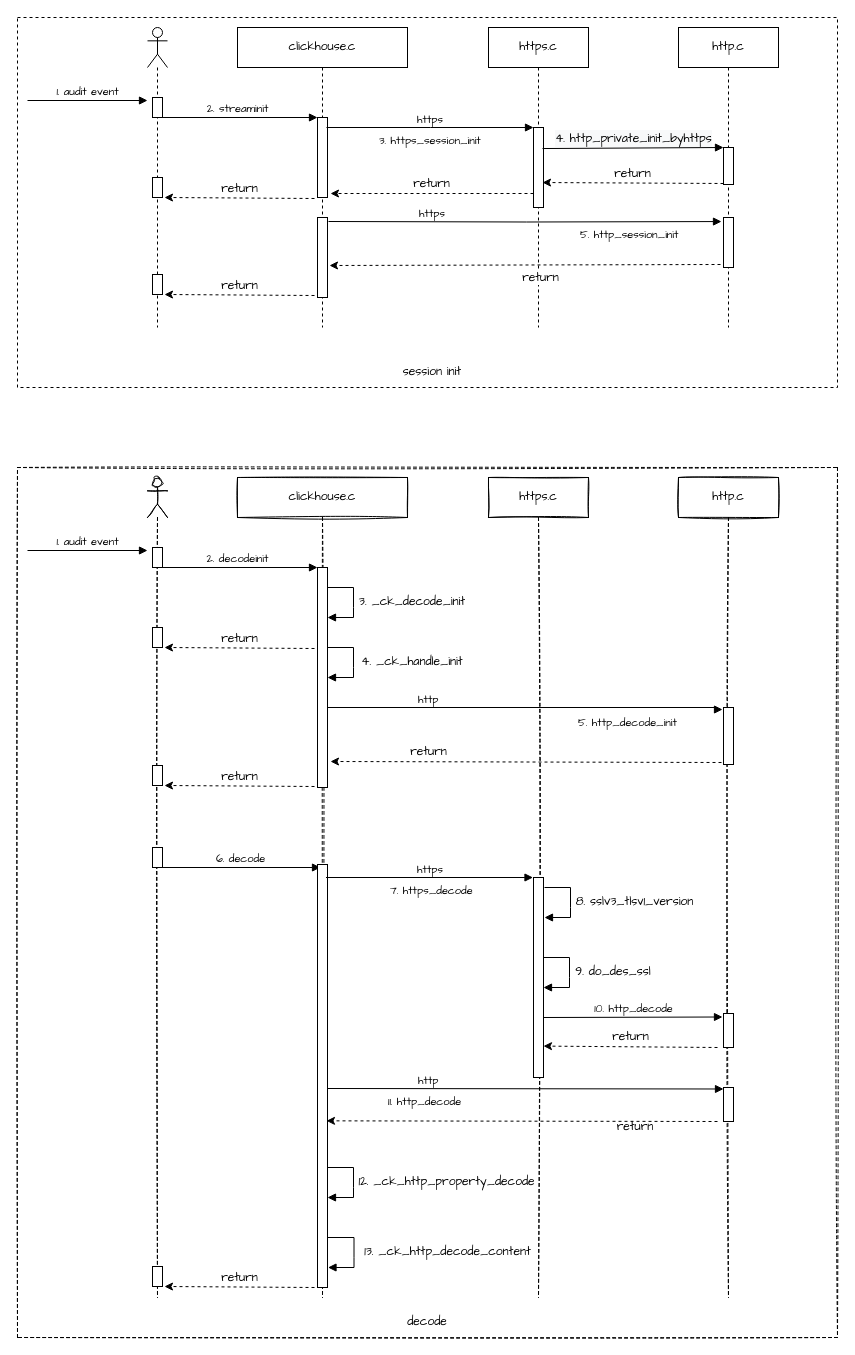
This is clickhouse interact http.drawio from leonce28/draw-io-img, a draw.io file, before an edit. Source tidied: cells renumbered, new cells numbered last; positions are measured from the earlier drawing's top-left corner, leaving out a move shared by most shapes. Both pictures are drawn from the tidied source at 100%, with x=0, y=0 at pixel (17, 17).
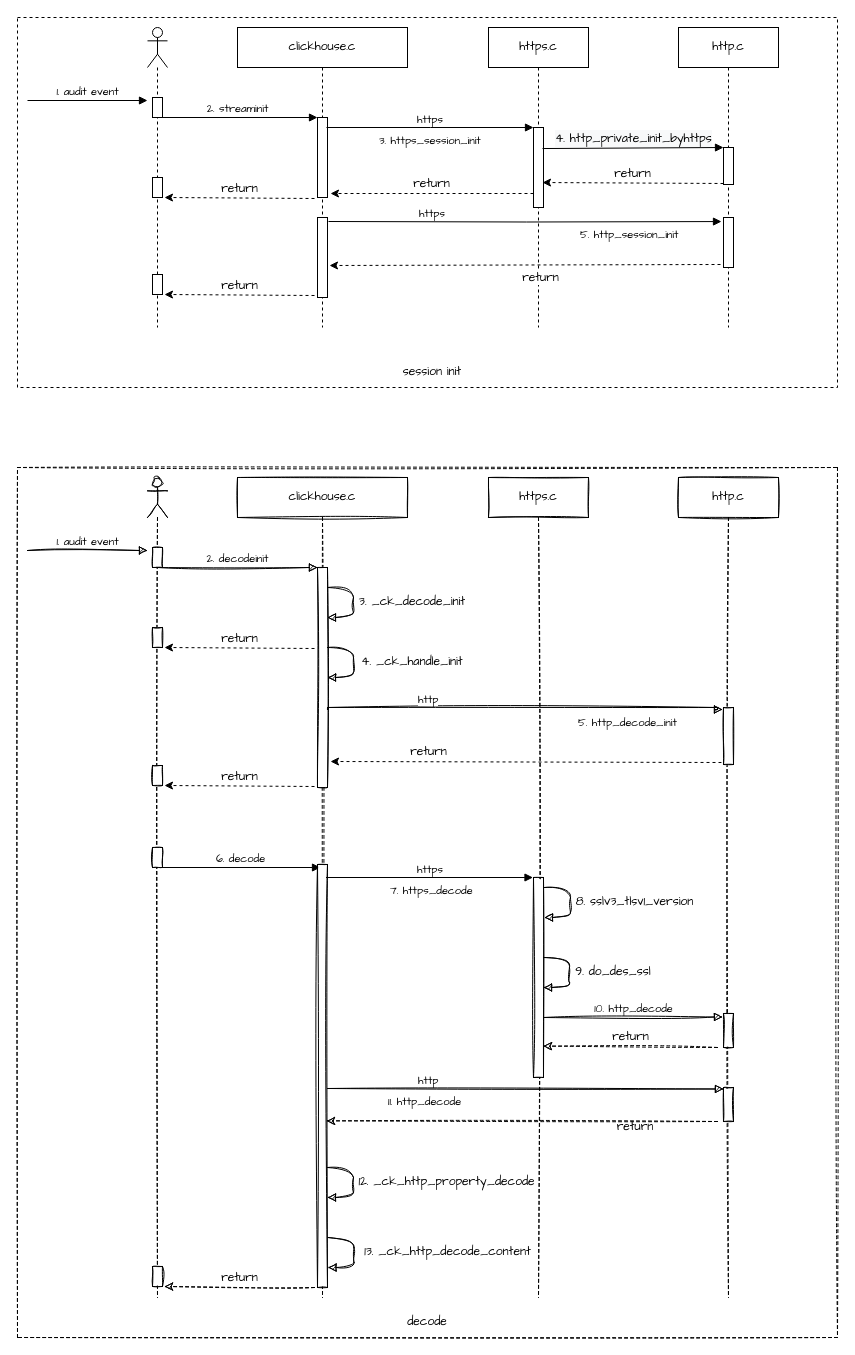
Above is the later version.

Unchanged cells that the change refers to:
```xml
<mxCell id="29" style="shape=umlLifeline;participant=umlActor;perimeter=lifelinePerimeter;whiteSpace=wrap;html=1;verticalAlign=top;spacingTop=36;horizontal=1;fontFamily=Comic Sans MS;sketch=1;" parent="1" vertex="1">
  <mxGeometry x="130" y="460" width="20" height="820" as="geometry" />
</mxCell>
<mxCell id="32" value="clickhouse.c" style="shape=umlLifeline;perimeter=lifelinePerimeter;whiteSpace=wrap;html=1;horizontal=1;fontFamily=Comic Sans MS;sketch=1;" parent="1" vertex="1">
  <mxGeometry x="220" y="460" width="170" height="820" as="geometry" />
</mxCell>
<mxCell id="40" value="https.c" style="shape=umlLifeline;perimeter=lifelinePerimeter;whiteSpace=wrap;html=1;horizontal=1;fontFamily=Comic Sans MS;sketch=1;" parent="1" vertex="1">
  <mxGeometry x="471" y="460" width="100" height="820" as="geometry" />
</mxCell>
<mxCell id="44" value="http.c" style="shape=umlLifeline;perimeter=lifelinePerimeter;whiteSpace=wrap;html=1;horizontal=1;fontFamily=Comic Sans MS;sketch=1;" parent="1" vertex="1">
  <mxGeometry x="661" y="460" width="100" height="820" as="geometry" />
</mxCell>
```

The edit, as a diff of the source:
```diff
@@
-    <mxCell id="30" style="html=1;perimeter=orthogonalPerimeter;horizontal=1;fontFamily=Comic Sans MS;" parent="29" vertex="1">
+    <mxCell id="30" style="html=1;perimeter=orthogonalPerimeter;horizontal=1;fontFamily=Comic Sans MS;sketch=1;" parent="29" vertex="1">
       <mxGeometry x="5" y="70" width="10" height="20" as="geometry" />
     </mxCell>
-    <mxCell id="31" style="html=1;perimeter=orthogonalPerimeter;horizontal=1;fontFamily=Comic Sans MS;" parent="29" vertex="1">
+    <mxCell id="31" style="html=1;perimeter=orthogonalPerimeter;horizontal=1;fontFamily=Comic Sans MS;sketch=1;" parent="29" vertex="1">
       <mxGeometry x="5" y="150" width="10" height="20" as="geometry" />
     </mxCell>
@@
-    <mxCell id="33" style="html=1;points=[];perimeter=orthogonalPerimeter;horizontal=1;fontFamily=Comic Sans MS;" parent="32" vertex="1">
+    <mxCell id="33" style="html=1;points=[];perimeter=orthogonalPerimeter;horizontal=1;fontFamily=Comic Sans MS;sketch=1;" parent="32" vertex="1">
       <mxGeometry x="80" y="90" width="10" height="220" as="geometry" />
     </mxCell>
@@
-    <mxCell id="35" style="endArrow=block;endFill=1;endSize=6;html=1;rounded=0;align=left;verticalAlign=top;exitX=0.9;exitY=0.25;exitDx=0;exitDy=0;exitPerimeter=0;strokeWidth=1;horizontal=1;fontFamily=Comic Sans MS;" parent="32" edge="1">
+    <mxCell id="35" style="endArrow=block;endFill=1;endSize=6;html=1;align=left;verticalAlign=top;exitX=0.9;exitY=0.25;exitDx=0;exitDy=0;exitPerimeter=0;strokeWidth=1;horizontal=1;fontFamily=Comic Sans MS;sketch=1;curved=1;" parent="32" edge="1">
       <mxGeometry relative="1" as="geometry">
         <mxPoint x="90" y="110" as="sourcePoint" />
         <mxPoint x="90" y="140" as="targetPoint" />
         <Array as="points">
           <mxPoint x="116" y="110" />
           <mxPoint x="116" y="130" />
           <mxPoint x="116" y="140" />
         </Array>
       </mxGeometry>
     </mxCell>
@@
-    <mxCell id="37" style="html=1;points=[];perimeter=orthogonalPerimeter;horizontal=1;fontFamily=Comic Sans MS;" parent="32" vertex="1">
+    <mxCell id="37" style="html=1;points=[];perimeter=orthogonalPerimeter;horizontal=1;fontFamily=Comic Sans MS;labelBackgroundColor=default;endArrow=block;fontSize=11;align=left;verticalAlign=top;rounded=0;endFill=1;sketch=1;" parent="32" vertex="1">
       <mxGeometry x="80" y="387" width="10" height="423" as="geometry" />
     </mxCell>
-    <mxCell id="38" style="html=1;perimeter=orthogonalPerimeter;horizontal=1;fontFamily=Comic Sans MS;" parent="32" vertex="1">
+    <mxCell id="38" style="html=1;perimeter=orthogonalPerimeter;horizontal=1;fontFamily=Comic Sans MS;sketch=1;" parent="32" vertex="1">
       <mxGeometry x="-85" y="789" width="10" height="20" as="geometry" />
     </mxCell>
-    <mxCell id="39" value="return" style="html=1;verticalAlign=bottom;endArrow=classic;dashed=1;endSize=6;exitX=0;exitY=0.95;rounded=0;fontFamily=Comic Sans MS;fontSize=12;fontColor=default;strokeWidth=1;endFill=1;horizontal=1;" parent="32" edge="1">
+    <mxCell id="39" value="return" style="html=1;verticalAlign=bottom;endArrow=classic;dashed=1;endSize=6;exitX=0;exitY=0.95;rounded=0;fontFamily=Comic Sans MS;fontSize=12;fontColor=default;strokeWidth=1;endFill=1;horizontal=1;sketch=1;" parent="32" edge="1">
       <mxGeometry relative="1" as="geometry">
         <mxPoint x="77" y="810" as="sourcePoint" />
         <mxPoint x="-73" y="809" as="targetPoint" />
       </mxGeometry>
     </mxCell>
@@
-    <mxCell id="42" style="html=1;points=[];perimeter=orthogonalPerimeter;horizontal=1;fontFamily=Comic Sans MS;" parent="40" vertex="1">
+    <mxCell id="42" style="html=1;points=[];perimeter=orthogonalPerimeter;horizontal=1;fontFamily=Comic Sans MS;labelBackgroundColor=default;endArrow=block;fontSize=11;align=left;verticalAlign=top;rounded=0;endFill=1;sketch=1;" parent="40" vertex="1">
       <mxGeometry x="45" y="400" width="10" height="200" as="geometry" />
     </mxCell>
-    <mxCell id="43" style="endArrow=block;endFill=1;endSize=6;html=1;rounded=0;align=left;verticalAlign=top;exitX=0.9;exitY=0.25;exitDx=0;exitDy=0;exitPerimeter=0;strokeWidth=1;horizontal=1;fontFamily=Comic Sans MS;" parent="40" edge="1">
+    <mxCell id="43" style="endArrow=block;endFill=1;endSize=6;html=1;align=left;verticalAlign=top;exitX=0.9;exitY=0.25;exitDx=0;exitDy=0;exitPerimeter=0;strokeWidth=1;horizontal=1;fontFamily=Comic Sans MS;sketch=1;curved=1;" parent="40" edge="1">
       <mxGeometry relative="1" as="geometry">
         <mxPoint x="56" y="410" as="sourcePoint" />
         <mxPoint x="56" y="440" as="targetPoint" />
         <Array as="points">
           <mxPoint x="82" y="410" />
           <mxPoint x="82" y="430" />
           <mxPoint x="82" y="440" />
         </Array>
       </mxGeometry>
     </mxCell>
@@
-    <mxCell id="45" style="html=1;points=[];perimeter=orthogonalPerimeter;fontFamily=Comic Sans MS;fontSize=12;fontColor=default;fillColor=default;gradientColor=none;horizontal=1;" parent="44" vertex="1">
+    <mxCell id="45" style="html=1;points=[];perimeter=orthogonalPerimeter;fontFamily=Comic Sans MS;fontSize=12;fontColor=default;fillColor=default;gradientColor=none;horizontal=1;sketch=1;" parent="44" vertex="1">
       <mxGeometry x="45" y="230" width="10" height="57" as="geometry" />
     </mxCell>
-    <mxCell id="46" style="html=1;perimeter=orthogonalPerimeter;fontFamily=Comic Sans MS;fontSize=12;fontColor=default;fillColor=default;gradientColor=none;horizontal=1;" parent="44" vertex="1">
+    <mxCell id="46" style="html=1;perimeter=orthogonalPerimeter;fontFamily=Comic Sans MS;fontSize=11;fontColor=default;fillColor=default;gradientColor=none;horizontal=1;labelBackgroundColor=default;endArrow=block;align=left;verticalAlign=top;rounded=0;endFill=1;sketch=1;" parent="44" vertex="1">
       <mxGeometry x="45" y="536" width="10" height="34" as="geometry" />
     </mxCell>
-    <mxCell id="47" value="return" style="html=1;verticalAlign=bottom;endArrow=classic;dashed=1;endSize=6;exitX=0;exitY=0.95;rounded=0;fontFamily=Comic Sans MS;fontSize=12;fontColor=default;strokeWidth=1;endFill=1;entryX=1;entryY=0.843;entryDx=0;entryDy=0;entryPerimeter=0;horizontal=1;" parent="44" edge="1" target="42">
+    <mxCell id="47" value="return" style="html=1;verticalAlign=bottom;endArrow=classic;dashed=1;endSize=6;exitX=0;exitY=0.95;rounded=0;fontFamily=Comic Sans MS;fontSize=12;fontColor=default;strokeWidth=1;endFill=1;entryX=1;entryY=0.843;entryDx=0;entryDy=0;entryPerimeter=0;horizontal=1;sketch=1;" parent="44" edge="1" target="42">
       <mxGeometry relative="1" as="geometry">
         <mxPoint x="39" y="570" as="sourcePoint" />
       </mxGeometry>
     </mxCell>
-    <mxCell id="48" style="html=1;points=[];perimeter=orthogonalPerimeter;fontFamily=Comic Sans MS;fontSize=12;fontColor=default;fillColor=default;gradientColor=none;horizontal=1;" parent="44" vertex="1">
+    <mxCell id="48" style="html=1;points=[];perimeter=orthogonalPerimeter;fontFamily=Comic Sans MS;fontSize=11;fontColor=default;fillColor=default;gradientColor=none;horizontal=1;labelBackgroundColor=default;endArrow=block;align=left;verticalAlign=top;rounded=0;endFill=1;sketch=1;" parent="44" vertex="1">
       <mxGeometry x="45" y="610" width="10" height="34" as="geometry" />
     </mxCell>
-    <mxCell id="49" style="html=1;verticalAlign=bottom;endArrow=classic;dashed=1;endSize=6;exitX=0;exitY=0.95;rounded=0;fontFamily=Comic Sans MS;fontSize=12;fontColor=default;strokeWidth=1;endFill=1;entryX=0.9;entryY=0.606;entryDx=0;entryDy=0;entryPerimeter=0;horizontal=1;" parent="44" edge="1" target="37">
+    <mxCell id="49" style="html=1;verticalAlign=bottom;endArrow=classic;dashed=1;endSize=6;exitX=0;exitY=0.95;rounded=0;fontFamily=Comic Sans MS;fontSize=12;fontColor=default;strokeWidth=1;endFill=1;entryX=0.9;entryY=0.606;entryDx=0;entryDy=0;entryPerimeter=0;horizontal=1;sketch=1;" parent="44" edge="1" target="37">
       <mxGeometry x="-0.54" y="16" relative="1" as="geometry">
         <mxPoint x="39" y="644" as="sourcePoint" />
       </mxGeometry>
     </mxCell>
-    <mxCell id="50" value="1. audit event" style="html=1;verticalAlign=bottom;endArrow=block;rounded=0;horizontal=1;fontFamily=Comic Sans MS;" parent="1" edge="1">
+    <mxCell id="50" value="1. audit event" style="html=1;verticalAlign=bottom;endArrow=block;rounded=0;horizontal=1;fontFamily=Comic Sans MS;sketch=1;" parent="1" edge="1">
       <mxGeometry relative="1" as="geometry">
         <mxPoint x="10" y="533" as="sourcePoint" />
         <mxPoint x="130" y="533" as="targetPoint" />
       </mxGeometry>
     </mxCell>
-    <mxCell id="51" value="2. decodeinit" style="html=1;verticalAlign=bottom;endArrow=block;entryX=0;entryY=0;rounded=0;horizontal=1;fontFamily=Comic Sans MS;" parent="1" edge="1" target="33">
+    <mxCell id="51" value="2. decodeinit" style="html=1;verticalAlign=bottom;endArrow=block;entryX=0;entryY=0;rounded=0;horizontal=1;fontFamily=Comic Sans MS;sketch=1;" parent="1" edge="1" target="33">
       <mxGeometry relative="1" as="geometry">
         <mxPoint x="140" y="550" as="sourcePoint" />
       </mxGeometry>
     </mxCell>
@@
-    <mxCell id="53" value="&lt;span style=&quot;text-align: center&quot;&gt;5. http_decode_init&lt;/span&gt;" style="endArrow=block;endFill=1;html=1;edgeStyle=orthogonalEdgeStyle;align=left;verticalAlign=top;rounded=0;entryX=-0.1;entryY=0.035;entryDx=0;entryDy=0;entryPerimeter=0;horizontal=1;fontFamily=Comic Sans MS;" parent="1" edge="1" target="45">
+    <mxCell id="53" value="&lt;span style=&quot;text-align: center&quot;&gt;5. http_decode_init&lt;/span&gt;" style="endArrow=block;endFill=1;html=1;edgeStyle=orthogonalEdgeStyle;align=left;verticalAlign=top;rounded=0;entryX=-0.1;entryY=0.035;entryDx=0;entryDy=0;entryPerimeter=0;horizontal=1;fontFamily=Comic Sans MS;sketch=1;" parent="1" edge="1" target="45">
       <mxGeometry x="0.26" y="-2" relative="1" as="geometry">
         <mxPoint x="310" y="692" as="sourcePoint" />
         <Array as="points">
           <mxPoint x="700" y="690" />
           <mxPoint x="700" y="692" />
         </Array>
       </mxGeometry>
     </mxCell>
@@
-    <mxCell id="56" style="endArrow=block;endFill=1;endSize=6;html=1;rounded=0;align=left;verticalAlign=top;exitX=0.9;exitY=0.25;exitDx=0;exitDy=0;exitPerimeter=0;strokeWidth=1;horizontal=1;fontFamily=Comic Sans MS;" parent="1" edge="1">
+    <mxCell id="56" style="endArrow=block;endFill=1;endSize=6;html=1;align=left;verticalAlign=top;exitX=0.9;exitY=0.25;exitDx=0;exitDy=0;exitPerimeter=0;strokeWidth=1;horizontal=1;fontFamily=Comic Sans MS;sketch=1;curved=1;" parent="1" edge="1">
       <mxGeometry relative="1" as="geometry">
         <mxPoint x="310" y="630" as="sourcePoint" />
         <mxPoint x="310" y="660" as="targetPoint" />
         <Array as="points">
           <mxPoint x="336" y="630" />
           <mxPoint x="336" y="650" />
           <mxPoint x="336" y="660" />
         </Array>
       </mxGeometry>
     </mxCell>
@@
-    <mxCell id="58" style="html=1;perimeter=orthogonalPerimeter;horizontal=1;fontFamily=Comic Sans MS;" parent="1" vertex="1">
+    <mxCell id="58" style="html=1;perimeter=orthogonalPerimeter;horizontal=1;fontFamily=Comic Sans MS;sketch=1;" parent="1" vertex="1">
       <mxGeometry x="135" y="748" width="10" height="20" as="geometry" />
     </mxCell>
@@
-    <mxCell id="62" style="html=1;perimeter=orthogonalPerimeter;horizontal=1;fontFamily=Comic Sans MS;" parent="1" vertex="1">
+    <mxCell id="62" style="html=1;perimeter=orthogonalPerimeter;horizontal=1;fontFamily=Comic Sans MS;sketch=1;" parent="1" vertex="1">
       <mxGeometry x="135" y="830" width="10" height="20" as="geometry" />
     </mxCell>
@@
-    <mxCell id="64" style="endArrow=block;endFill=1;endSize=6;html=1;rounded=0;align=left;verticalAlign=top;exitX=0.9;exitY=0.25;exitDx=0;exitDy=0;exitPerimeter=0;strokeWidth=1;horizontal=1;fontFamily=Comic Sans MS;" parent="1" edge="1">
+    <mxCell id="64" style="endArrow=block;endFill=1;endSize=6;html=1;align=left;verticalAlign=top;exitX=0.9;exitY=0.25;exitDx=0;exitDy=0;exitPerimeter=0;strokeWidth=1;horizontal=1;fontFamily=Comic Sans MS;sketch=1;curved=1;" parent="1" edge="1">
       <mxGeometry relative="1" as="geometry">
         <mxPoint x="526" y="940" as="sourcePoint" />
         <mxPoint x="526" y="970" as="targetPoint" />
         <Array as="points">
           <mxPoint x="552" y="940" />
           <mxPoint x="552" y="960" />
           <mxPoint x="552" y="970" />
         </Array>
       </mxGeometry>
     </mxCell>
@@
-    <mxCell id="66" value="10. http_decode" style="html=1;verticalAlign=bottom;endArrow=block;entryX=-0.2;entryY=0.167;rounded=0;entryDx=0;entryDy=0;entryPerimeter=0;horizontal=1;fontFamily=Comic Sans MS;" parent="1" edge="1">
+    <mxCell id="66" value="10. http_decode" style="html=1;verticalAlign=bottom;endArrow=block;entryX=-0.2;entryY=0.167;rounded=0;entryDx=0;entryDy=0;entryPerimeter=0;horizontal=1;fontFamily=Comic Sans MS;sketch=1;" parent="1" edge="1">
       <mxGeometry relative="1" as="geometry">
         <mxPoint x="526" y="1000" as="sourcePoint" />
         <mxPoint x="705" y="999.5" as="targetPoint" />
       </mxGeometry>
     </mxCell>
-    <mxCell id="67" value="&lt;span style=&quot;text-align: center&quot;&gt;11. http_decode&lt;/span&gt;" style="endArrow=block;endFill=1;html=1;edgeStyle=orthogonalEdgeStyle;align=left;verticalAlign=top;rounded=0;jumpSize=6;entryX=0;entryY=0.044;entryDx=0;entryDy=0;entryPerimeter=0;horizontal=1;fontFamily=Comic Sans MS;" parent="1" edge="1" target="48">
+    <mxCell id="67" value="&lt;span style=&quot;text-align: center&quot;&gt;11. http_decode&lt;/span&gt;" style="endArrow=block;endFill=1;html=1;edgeStyle=orthogonalEdgeStyle;align=left;verticalAlign=top;rounded=0;jumpSize=6;entryX=0;entryY=0.044;entryDx=0;entryDy=0;entryPerimeter=0;horizontal=1;fontFamily=Comic Sans MS;sketch=1;" parent="1" edge="1" target="48">
       <mxGeometry x="-0.7" relative="1" as="geometry">
         <mxPoint x="310" y="1071" as="sourcePoint" />
       </mxGeometry>
     </mxCell>
@@
-    <mxCell id="70" style="endArrow=block;endFill=1;endSize=6;html=1;rounded=0;align=left;verticalAlign=top;exitX=0.9;exitY=0.25;exitDx=0;exitDy=0;exitPerimeter=0;strokeWidth=1;horizontal=1;fontFamily=Comic Sans MS;" parent="1" edge="1">
+    <mxCell id="70" style="endArrow=block;endFill=1;endSize=6;html=1;align=left;verticalAlign=top;exitX=0.9;exitY=0.25;exitDx=0;exitDy=0;exitPerimeter=0;strokeWidth=1;horizontal=1;fontFamily=Comic Sans MS;sketch=1;curved=1;" parent="1" edge="1">
       <mxGeometry relative="1" as="geometry">
         <mxPoint x="310" y="1150" as="sourcePoint" />
         <mxPoint x="310" y="1180" as="targetPoint" />
         <Array as="points">
           <mxPoint x="336" y="1150" />
           <mxPoint x="336" y="1170" />
           <mxPoint x="336" y="1180" />
         </Array>
       </mxGeometry>
     </mxCell>
@@
-    <mxCell id="72" style="endArrow=block;endFill=1;endSize=6;html=1;rounded=0;align=left;verticalAlign=top;exitX=0.9;exitY=0.25;exitDx=0;exitDy=0;exitPerimeter=0;strokeWidth=1;horizontal=1;fontFamily=Comic Sans MS;" parent="1" edge="1">
+    <mxCell id="72" style="endArrow=block;endFill=1;endSize=6;html=1;align=left;verticalAlign=top;exitX=0.9;exitY=0.25;exitDx=0;exitDy=0;exitPerimeter=0;strokeWidth=1;horizontal=1;fontFamily=Comic Sans MS;sketch=1;curved=1;" parent="1" edge="1">
       <mxGeometry relative="1" as="geometry">
         <mxPoint x="310.5" y="1220" as="sourcePoint" />
         <mxPoint x="310.5" y="1250" as="targetPoint" />
         <Array as="points">
           <mxPoint x="336.5" y="1220" />
           <mxPoint x="336.5" y="1240" />
           <mxPoint x="336.5" y="1250" />
         </Array>
       </mxGeometry>
     </mxCell>
```
